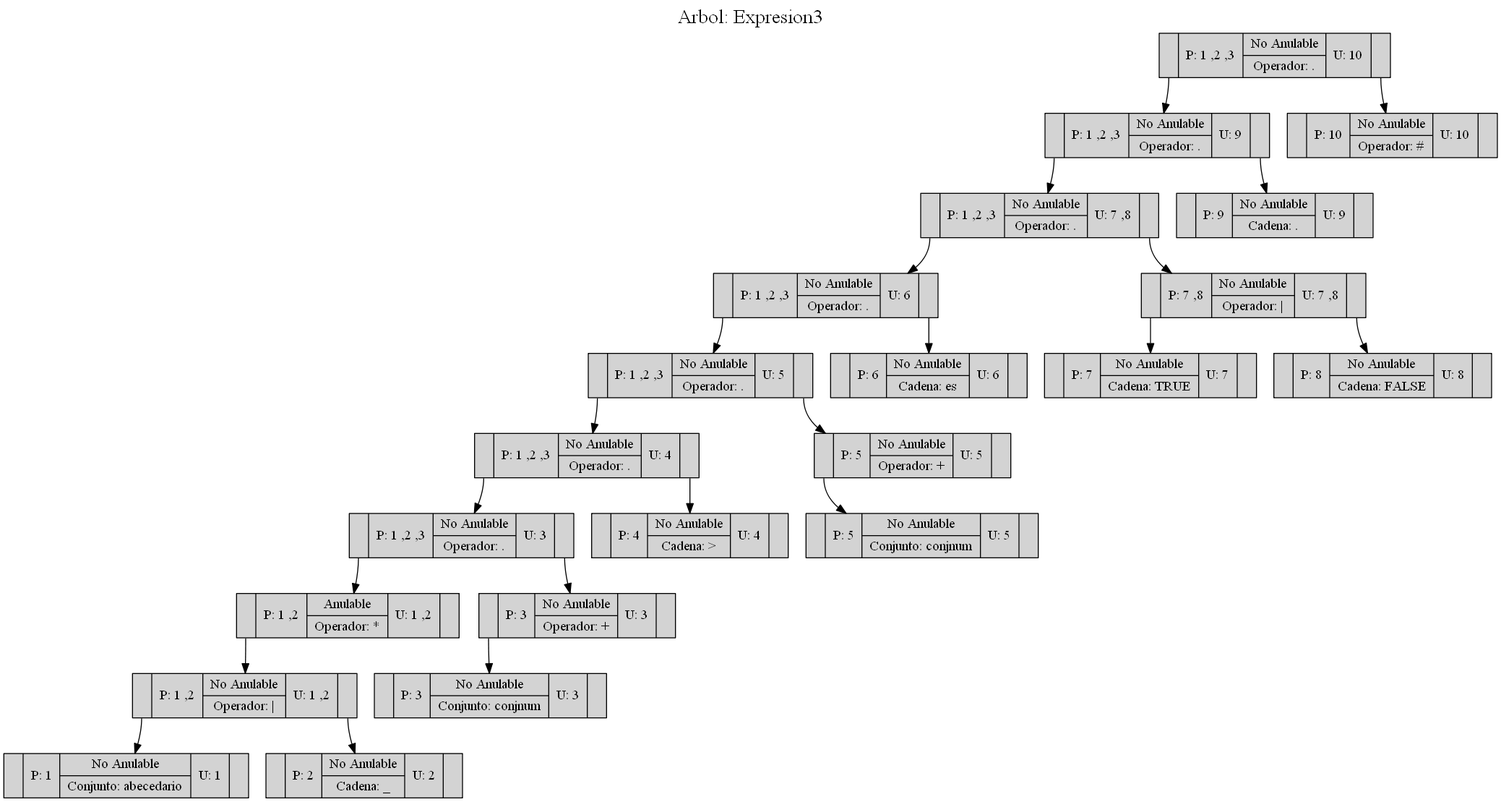
SelvinLP/-OLC1-Practica1_201701133 keeps this Graphviz diagram as OLC1_Practica1_201701133/Arbol2.png. Above is the earlier version. Its source is kept beside it as OLC1_Practica1_201701133/Arbol2.dot.
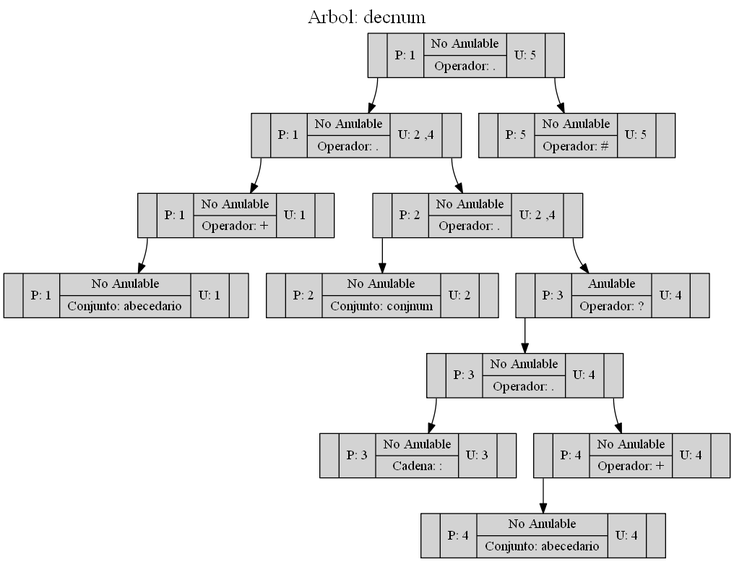
Above is the later version.

What changed in the source:
```diff
@@ -1,48 +1,28 @@
 digraph ARBOL {
-graph [label="Arbol: Expresion3", labelloc=t, fontsize=20]; rankdir=TB
+graph [label="Arbol: decnum", labelloc=t, fontsize=20]; rankdir=TB
 node[shape=record,style=filled]
-"0"[label ="<C0>|P: 1 ,2 ,3|{<C1>No Anulable|Operador: \.}|U: 10|<C2>"];
-"2"[label ="<C0>|P: 1 ,2 ,3|{<C1>No Anulable|Operador: \.}|U: 9|<C2>"];
-"4"[label ="<C0>|P: 1 ,2 ,3|{<C1>No Anulable|Operador: \.}|U: 7 ,8|<C2>"];
-"5"[label ="<C0>|P: 1 ,2 ,3|{<C1>No Anulable|Operador: \.}|U: 6|<C2>"];
-"6"[label ="<C0>|P: 1 ,2 ,3|{<C1>No Anulable|Operador: \.}|U: 5|<C2>"];
-"7"[label ="<C0>|P: 1 ,2 ,3|{<C1>No Anulable|Operador: \.}|U: 4|<C2>"];
-"8"[label ="<C0>|P: 1 ,2 ,3|{<C1>No Anulable|Operador: \.}|U: 3|<C2>"];
-"9"[label ="<C0>|P: 1 ,2|{<C1>Anulable|Operador: \*}|U: 1 ,2|<C2>"];
-"10"[label ="<C0>|P: 1 ,2|{<C1>No Anulable|Operador: \|}|U: 1 ,2|<C2>"];
-"11"[label ="<C0>|P: 1|{<C1>No Anulable|Conjunto: abecedario}|U: 1|<C2>"];
-"10":C0->"11";
-"12"[label ="<C0>|P: 2|{<C1>No Anulable|Cadena: \_}|U: 2|<C2>"];
-"10":C2->"12";
+"0"[label ="<C0>|P: 1|{<C1>No Anulable|Operador: \.}|U: 5|<C2>"];
+"2"[label ="<C0>|P: 1|{<C1>No Anulable|Operador: \.}|U: 2 ,4|<C2>"];
+"4"[label ="<C0>|P: 1|{<C1>No Anulable|Operador: \+}|U: 1|<C2>"];
+"5"[label ="<C0>|P: 1|{<C1>No Anulable|Conjunto: abecedario}|U: 1|<C2>"];
+"4":C0->"5";
+"2":C0->"4";
+"6"[label ="<C0>|P: 2|{<C1>No Anulable|Operador: \.}|U: 2 ,4|<C2>"];
+"7"[label ="<C0>|P: 2|{<C1>No Anulable|Conjunto: conjnum}|U: 2|<C2>"];
+"6":C0->"7";
+"8"[label ="<C0>|P: 3|{<C1>Anulable|Operador: \?}|U: 4|<C2>"];
+"9"[label ="<C0>|P: 3|{<C1>No Anulable|Operador: \.}|U: 4|<C2>"];
+"10"[label ="<C0>|P: 3|{<C1>No Anulable|Cadena: \:}|U: 3|<C2>"];
 "9":C0->"10";
+"11"[label ="<C0>|P: 4|{<C1>No Anulable|Operador: \+}|U: 4|<C2>"];
+"12"[label ="<C0>|P: 4|{<C1>No Anulable|Conjunto: abecedario}|U: 4|<C2>"];
+"11":C0->"12";
+"9":C2->"11";
 "8":C0->"9";
-"13"[label ="<C0>|P: 3|{<C1>No Anulable|Operador: \+}|U: 3|<C2>"];
-"14"[label ="<C0>|P: 3|{<C1>No Anulable|Conjunto: conjnum}|U: 3|<C2>"];
-"13":C0->"14";
-"8":C2->"13";
-"7":C0->"8";
-"15"[label ="<C0>|P: 4|{<C1>No Anulable|Cadena: \>}|U: 4|<C2>"];
-"7":C2->"15";
-"6":C0->"7";
-"16"[label ="<C0>|P: 5|{<C1>No Anulable|Operador: \+}|U: 5|<C2>"];
-"17"[label ="<C0>|P: 5|{<C1>No Anulable|Conjunto: conjnum}|U: 5|<C2>"];
-"16":C0->"17";
-"6":C2->"16";
-"5":C0->"6";
-"18"[label ="<C0>|P: 6|{<C1>No Anulable|Cadena: es }|U: 6|<C2>"];
-"5":C2->"18";
-"4":C0->"5";
-"19"[label ="<C0>|P: 7 ,8|{<C1>No Anulable|Operador: \|}|U: 7 ,8|<C2>"];
-"20"[label ="<C0>|P: 7|{<C1>No Anulable|Cadena: TRUE}|U: 7|<C2>"];
-"19":C0->"20";
-"21"[label ="<C0>|P: 8|{<C1>No Anulable|Cadena: FALSE}|U: 8|<C2>"];
-"19":C2->"21";
-"4":C2->"19";
-"2":C0->"4";
-"22"[label ="<C0>|P: 9|{<C1>No Anulable|Cadena: \.}|U: 9|<C2>"];
-"2":C2->"22";
+"6":C2->"8";
+"2":C2->"6";
 "0":C0->"2";
-"1"[label ="<C0>|P: 10|{<C1>No Anulable|Operador: \#}|U: 10|<C2>"];
+"1"[label ="<C0>|P: 5|{<C1>No Anulable|Operador: \#}|U: 5|<C2>"];
 "0":C2->"1";
 
 }
```
